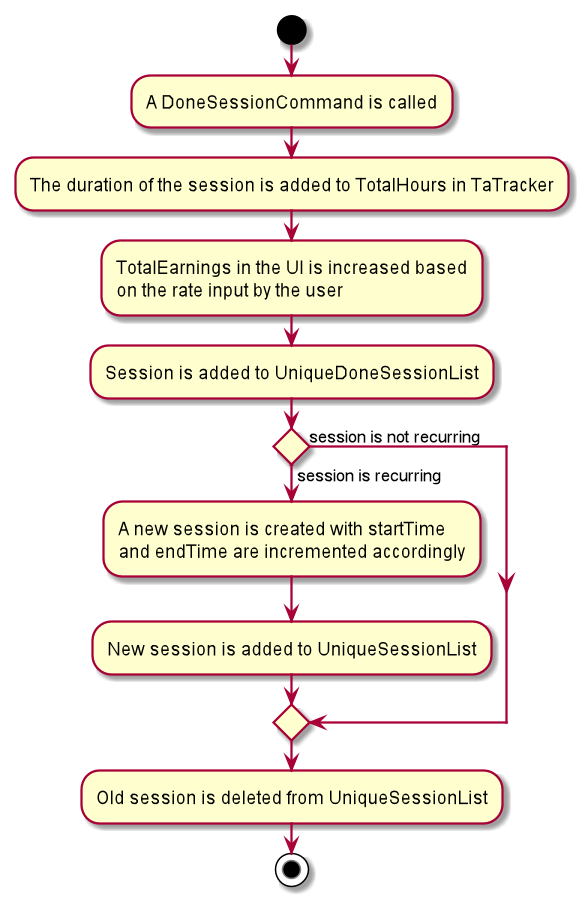
This is docs/images/TssActivityDiagram.png from nus-cs2103-AY1920S2/addressbook-level3, a PlantUML export, as it was before one commit.
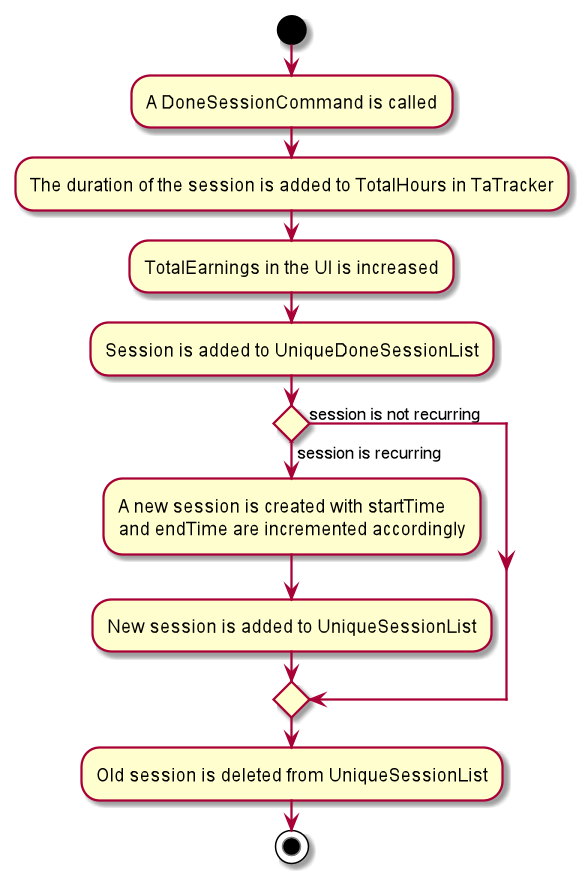
After the commit.

The edit, as a diff of the source:
```diff
@@ -3,8 +3,7 @@
 :A DoneSessionCommand is called;
 
   :The duration of the session is added to TotalHours in TaTracker;
-  :TotalEarnings in the UI is increased based
-  on the rate input by the user;
+  :TotalEarnings in the UI is increased;
   :Session is added to UniqueDoneSessionList;
 
   if () then (session is recurring)
```
